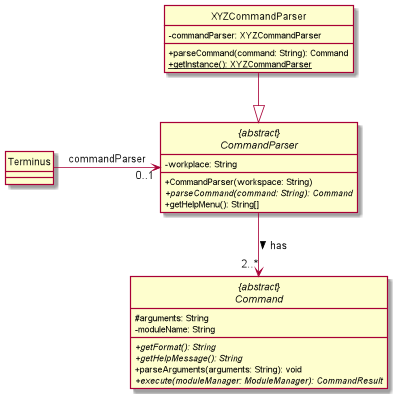
nus-cs2113-AY2122S1/tp keeps this PlantUML diagram as docs/attachments/ParserClassDiagram.png. Above is the earlier version.
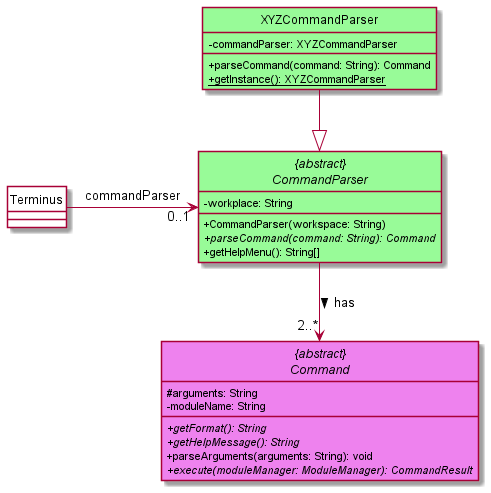
Above is the later version.

The edit, as a diff of the source:
```diff
@@ -1,25 +1,26 @@
 @startuml
+!include ClassStyle.puml
+!includesub CommandClassDiagram.puml!COMMAND
 
-skinparam classAttributeIconSize 0
-hide circle
-"{abstract}\nCommandParser" --> "2..*" "{abstract}\nCommand": has >
-Terminus -> "0..1" "{abstract}\nCommandParser": commandParser
-XYZCommandParser --|>  "{abstract}\nCommandParser"
 !startsub COMMANDPARSER
-abstract class "{abstract}\nCommandParser" {
+abstract class "{abstract}\nCommandParser" as CommandParser PARSER_COLOR{
  - workplace: String
  + CommandParser(workspace: String)
  + {abstract} parseCommand(command: String): Command
  + getHelpMenu(): String[]
 }
 !endsub
-class XYZCommandParser  {
+
+class XYZCommandParser PARSER_COLOR{
 - commandParser: XYZCommandParser
 + parseCommand(command: String): Command
 + {static} getInstance(): XYZCommandParser
 }
 
-class Terminus
+class Terminus TERMINUS_COLOR
 
-!includesub CommandClassDiagram.puml!COMMAND
+CommandParser --> "2..*" Command: has >
+Terminus -> "0..1" CommandParser: commandParser
+XYZCommandParser --|>  CommandParser
+
 @enduml
```
